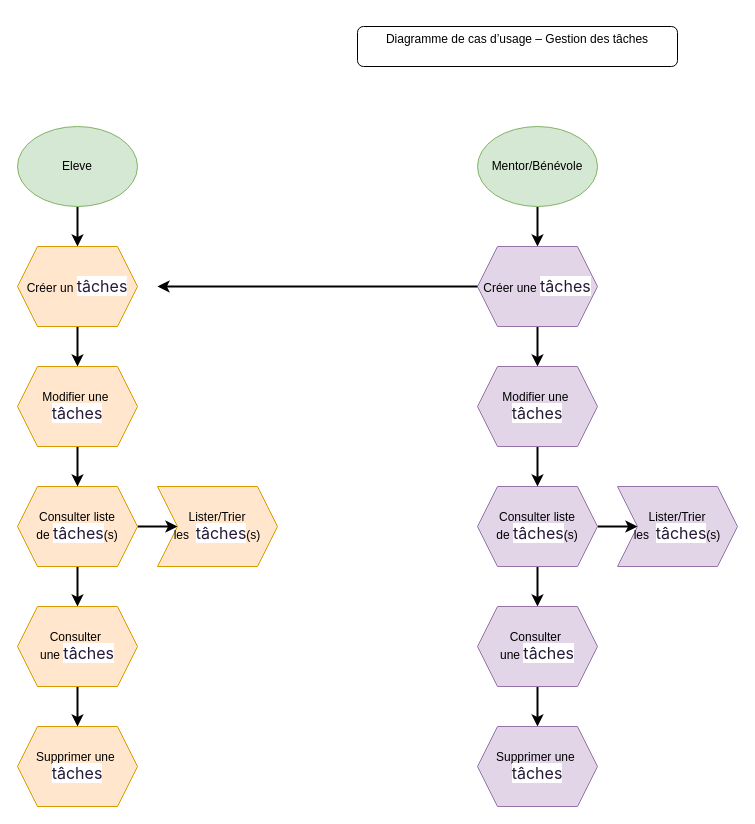
Above: Diagramme de cas d’usage – Gestion des tâches.drawio in frederic5962/Learn-Home_p10 (draw.io), before the change. Source tidied: cells renumbered, new cells numbered last; positions are measured from the earlier drawing's top-left corner, leaving out a move shared by most shapes. Both pictures are drawn from the tidied source at 100%, with x=0, y=0 at pixel (17, 26).
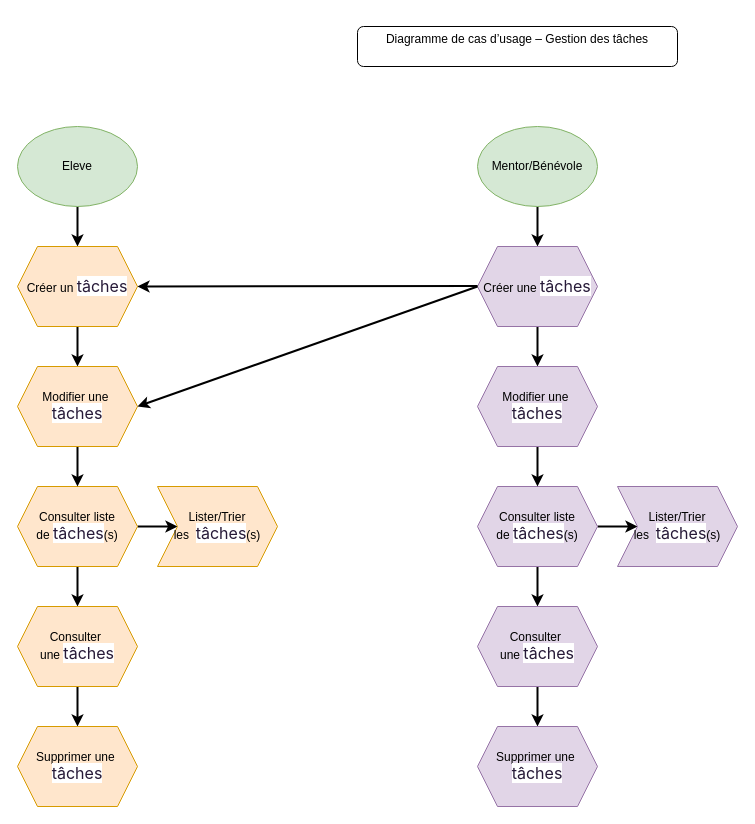
After the change.

Commit message:
Mettre à jour Diagramme de cas d’usage – Gestion des tâches.drawio

The change refers to these unchanged cells:
```xml
<mxCell id="8" value="Créer un&amp;nbsp;&lt;span style=&quot;color: rgb(39, 26, 56); font-family: Inter; font-size: 16px; text-align: left; background-color: rgb(255, 255, 255);&quot;&gt;tâches&lt;/span&gt;" style="shape=hexagon;perimeter=hexagonPerimeter2;whiteSpace=wrap;html=1;fixedSize=1;fillColor=#ffe6cc;strokeColor=#d79b00;" parent="1" vertex="1">
  <mxGeometry y="220" width="120" height="80" as="geometry" />
</mxCell>
<mxCell id="13" value="Créer une&amp;nbsp;&lt;span style=&quot;color: rgb(39, 26, 56); font-family: Inter; font-size: 16px; text-align: left; background-color: rgb(255, 255, 255);&quot;&gt;tâches&lt;/span&gt;" style="shape=hexagon;perimeter=hexagonPerimeter2;whiteSpace=wrap;html=1;fixedSize=1;fillColor=#e1d5e7;strokeColor=#9673a6;" parent="1" vertex="1">
  <mxGeometry x="460" y="220" width="120" height="80" as="geometry" />
</mxCell>
<mxCell id="24" value="Modifier une&amp;nbsp;&lt;div&gt;&lt;span style=&quot;color: rgb(39, 26, 56); font-family: Inter; font-size: 16px; text-align: left; background-color: rgb(255, 255, 255);&quot;&gt;tâches&lt;/span&gt;&lt;/div&gt;" style="shape=hexagon;perimeter=hexagonPerimeter2;whiteSpace=wrap;html=1;fixedSize=1;fillColor=#ffe6cc;strokeColor=#d79b00;" parent="1" vertex="1">
  <mxGeometry y="340" width="120" height="80" as="geometry" />
</mxCell>
```

Diff of the diagram source:
```diff
@@
-    <mxCell id="27" style="endArrow=classic;html=1;rounded=0;strokeWidth=2;" parent="1" edge="1">
+    <mxCell id="27" style="endArrow=classic;html=1;rounded=0;strokeWidth=2;entryX=1;entryY=0.5;entryDx=0;entryDy=0;" parent="1" edge="1" target="8">
       <mxGeometry relative="1" as="geometry">
-        <mxPoint x="460" y="260" as="sourcePoint" />
-        <mxPoint x="140" y="260" as="targetPoint" />
+        <mxPoint x="460" y="259.5" as="sourcePoint" />
       </mxGeometry>
     </mxCell>
@@
+    <mxCell id="30" style="endArrow=classic;html=1;rounded=0;exitX=0;exitY=0.5;exitDx=0;exitDy=0;entryX=1;entryY=0.5;entryDx=0;entryDy=0;strokeWidth=2;" parent="1" edge="1" source="13" target="24">
+      <mxGeometry relative="1" as="geometry" />
+    </mxCell>
```
